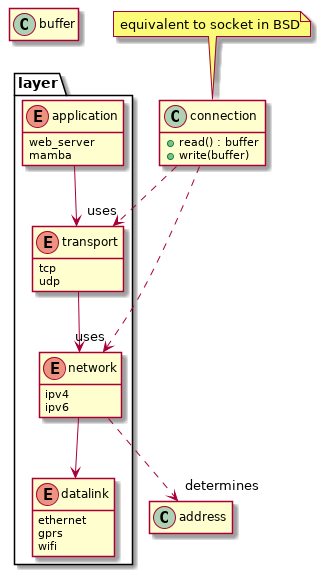
Above: code/remote/document/uml/unix_network_programming.png in rodrigocanellas/tenacitas (PlantUML), before the change.
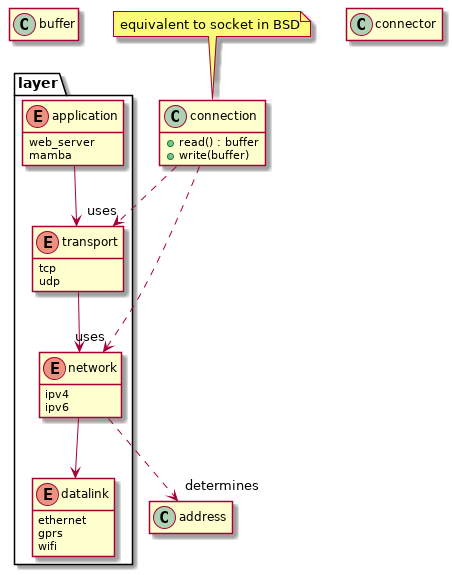
Later version of the same file.

Diff of the diagram source:
```diff
@@ -32,6 +32,8 @@
 }
 note top of connection : equivalent to socket in BSD
 
+class connector
+
 connection ..> "uses" transport
 network ..> "determines" address
 connection ..> "uses" network
```
